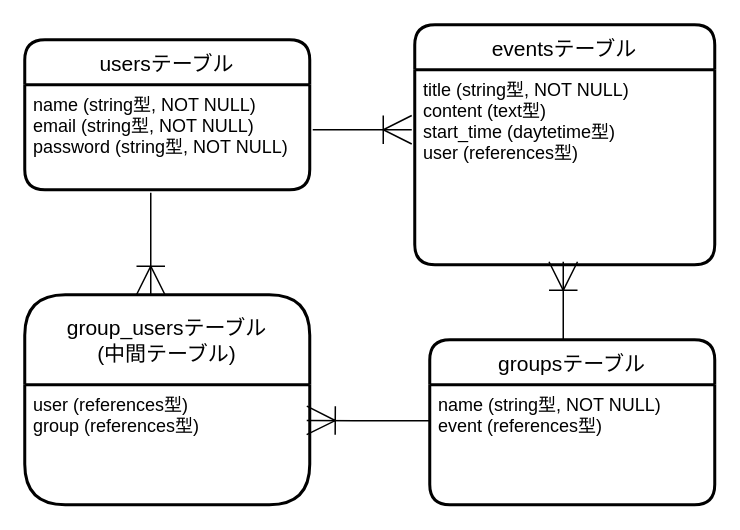
nao1008ya/my-schedule keeps this draw.io diagram as schedule.dio. Above is the earlier version. Source tidied: cells renumbered, new cells numbered last; positions are measured from the earlier drawing's top-left corner, leaving out a move shared by most shapes. Both pictures are drawn from the tidied source at 150%, with x=0, y=0 at pixel (24, 24).
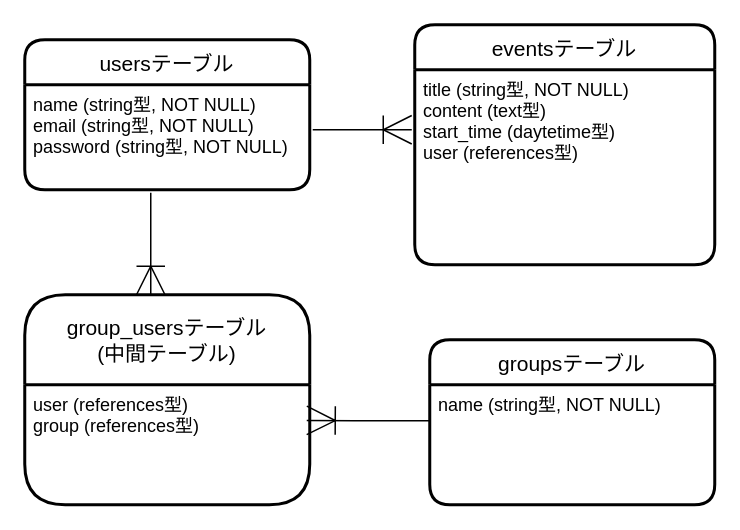
The same page after the edit.

The change refers to these unchanged cells:
```xml
<mxCell id="7" value="groupsテーブル" style="swimlane;horizontal=1;startSize=30;rounded=1;fontSize=14;fontStyle=0;strokeWidth=2;shadow=0;dashed=0;align=center;" parent="1" vertex="1">
  <mxGeometry x="270" y="210" width="190" height="110" as="geometry" />
</mxCell>
```

Diff of the diagram source:
```diff
@@
-    <mxCell id="8" value="name (string型, NOT NULL)&#10;event (references型)" style="align=left;strokeColor=none;fillColor=none;spacingLeft=4;fontSize=12;verticalAlign=top;" parent="7" vertex="1">
+    <mxCell id="8" value="name (string型, NOT NULL)" style="align=left;strokeColor=none;fillColor=none;spacingLeft=4;fontSize=12;verticalAlign=top;" parent="7" vertex="1">
       <mxGeometry y="30" width="190" height="80" as="geometry" />
     </mxCell>
@@
-    <mxCell id="16" style="fontSize=12;html=1;endArrow=ERoneToMany;endSize=17;" parent="1" edge="1">
-      <mxGeometry relative="1" as="geometry">
-        <mxPoint x="359" y="210" as="sourcePoint" />
-        <mxPoint x="359" y="158" as="targetPoint" />
-        <Array as="points">
-          <mxPoint x="359" y="198" />
-          <mxPoint x="359" y="188" />
-        </Array>
-      </mxGeometry>
-    </mxCell>
```
